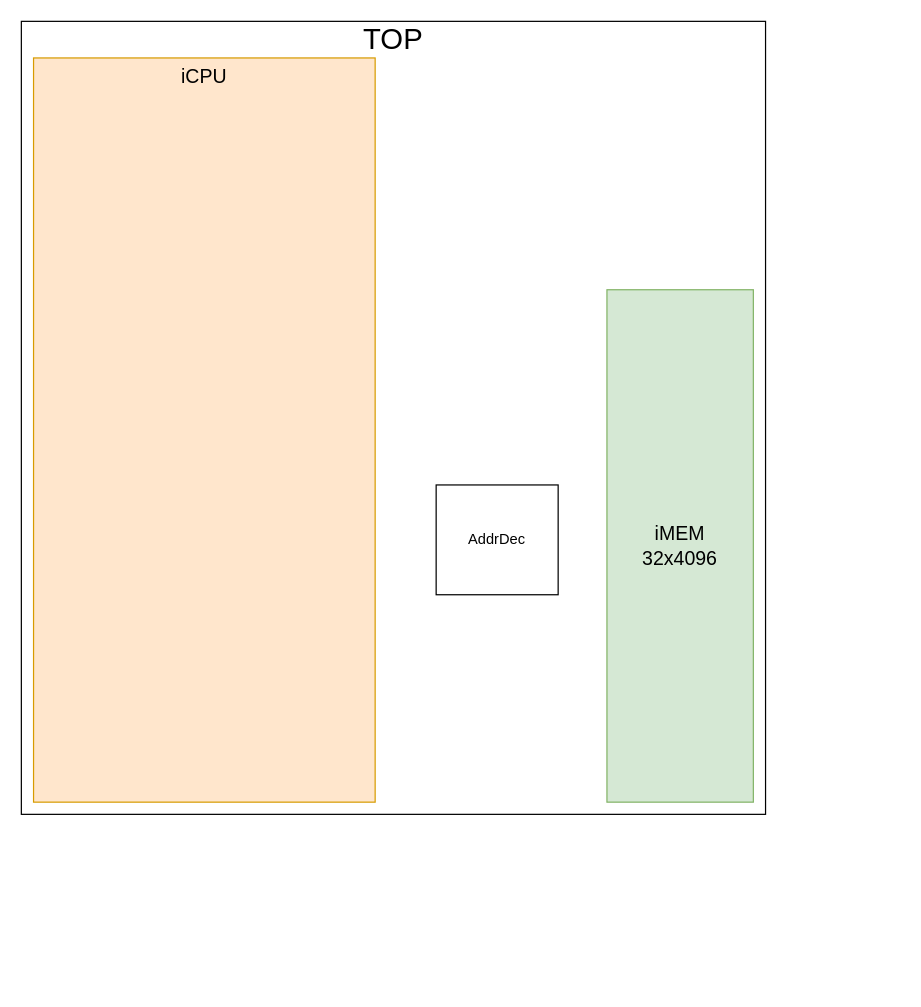
Above: src/diagram.drawio in SungChul-CHA/RISC-V_CPU (draw.io), before the change. Source tidied: cells renumbered, new cells numbered last; positions are measured from the earlier drawing's top-left corner, leaving out a move shared by most shapes. Both pictures are drawn from the tidied source at 122%, with x=0, y=0 at pixel (21, 21).
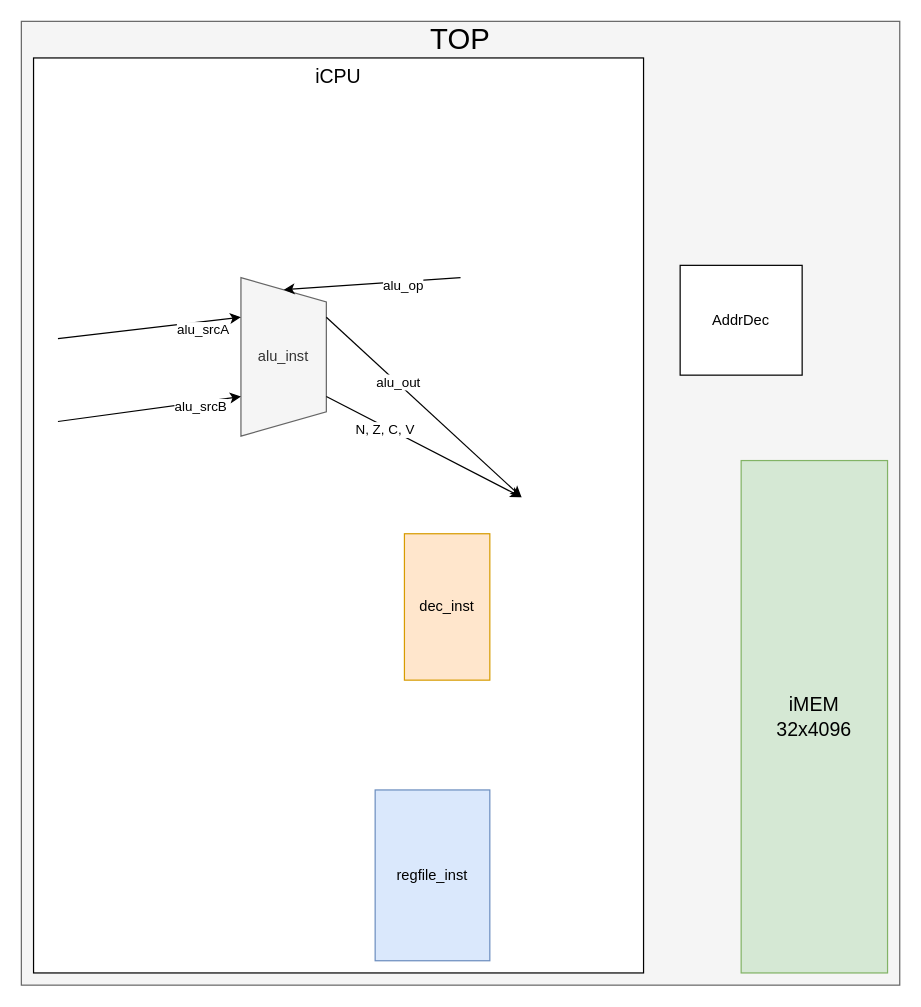
The same page after the edit.

The edit, as a diff of the source:
```diff
@@
-    <mxCell id="2" style="rounded=0;whiteSpace=wrap;html=1;" parent="1" vertex="1">
-      <mxGeometry width="610" height="650" as="geometry" />
+    <mxCell id="2" style="rounded=0;whiteSpace=wrap;html=1;fillColor=#f5f5f5;strokeColor=#666666;fontColor=#333333;" parent="1" vertex="1">
+      <mxGeometry width="720" height="790" as="geometry" />
     </mxCell>
     <mxCell id="3" value="TOP" style="text;html=1;align=center;verticalAlign=middle;whiteSpace=wrap;rounded=0;fontSize=24;" parent="1" vertex="1">
-      <mxGeometry width="610" height="30" as="geometry" />
+      <mxGeometry width="720" height="30" as="geometry" />
     </mxCell>
     <mxCell id="4" value="&lt;span style=&quot;font-size: 16px;&quot;&gt;iMEM&lt;/span&gt;&lt;div&gt;&lt;span style=&quot;font-size: 16px;&quot;&gt;32x4096&lt;/span&gt;&lt;/div&gt;" style="rounded=0;whiteSpace=wrap;html=1;fillColor=#d5e8d4;strokeColor=#82b366;" parent="1" vertex="1">
-      <mxGeometry x="480" y="220" width="120" height="420" as="geometry" />
+      <mxGeometry x="590" y="360" width="120" height="420" as="geometry" />
     </mxCell>
-    <mxCell id="5" style="rounded=0;whiteSpace=wrap;html=1;fillColor=#ffe6cc;strokeColor=#d79b00;" parent="1" vertex="1">
-      <mxGeometry x="10" y="30" width="280" height="610" as="geometry" />
+    <mxCell id="5" style="rounded=0;whiteSpace=wrap;html=1;" parent="1" vertex="1">
+      <mxGeometry x="10" y="30" width="500" height="750" as="geometry" />
     </mxCell>
     <mxCell id="6" value="&lt;font style=&quot;font-size: 16px;&quot;&gt;iCPU&lt;/font&gt;" style="text;html=1;align=center;verticalAlign=middle;whiteSpace=wrap;rounded=0;" parent="1" vertex="1">
-      <mxGeometry x="10" y="30" width="280" height="30" as="geometry" />
+      <mxGeometry x="10" y="30" width="500" height="30" as="geometry" />
     </mxCell>
     <mxCell id="7" value="AddrDec" style="rounded=0;whiteSpace=wrap;html=1;" parent="1" vertex="1">
-      <mxGeometry x="340" y="380" width="100" height="90" as="geometry" />
+      <mxGeometry x="540" y="200" width="100" height="90" as="geometry" />
     </mxCell>
+    <mxCell id="8" value="regfile_inst" style="rounded=0;whiteSpace=wrap;html=1;fillColor=#dae8fc;strokeColor=#6c8ebf;" parent="1" vertex="1">
+      <mxGeometry x="290" y="630" width="94" height="140" as="geometry" />
+    </mxCell>
+    <mxCell id="9" value="alu_inst" style="shape=trapezoid;perimeter=trapezoidPerimeter;whiteSpace=wrap;html=1;fixedSize=1;rotation=90;horizontal=0;fillColor=#f5f5f5;strokeColor=#666666;fontColor=#333333;" parent="1" vertex="1">
+      <mxGeometry x="150" y="240" width="130" height="70" as="geometry" />
+    </mxCell>
+    <mxCell id="10" value="dec_inst" style="rounded=0;whiteSpace=wrap;html=1;fillColor=#ffe6cc;strokeColor=#d79b00;" parent="1" vertex="1">
+      <mxGeometry x="314" y="420" width="70" height="120" as="geometry" />
+    </mxCell>
+    <mxCell id="11" style="endArrow=classic;html=1;rounded=0;entryX=0.25;entryY=1;entryDx=0;entryDy=0;" parent="1" edge="1" target="9">
+      <mxGeometry relative="1" as="geometry">
+        <mxPoint x="30" y="260" as="sourcePoint" />
+      </mxGeometry>
+    </mxCell>
+    <mxCell id="12" value="alu_srcA" style="edgeLabel;html=1;align=center;verticalAlign=middle;" parent="11" vertex="1">
+      <mxGeometry x="0.13" y="-2" relative="1" as="geometry">
+        <mxPoint x="34" as="offset" />
+      </mxGeometry>
+    </mxCell>
+    <mxCell id="13" style="endArrow=classic;html=1;rounded=0;entryX=0.75;entryY=1;entryDx=0;entryDy=0;" parent="1" edge="1" target="9">
+      <mxGeometry relative="1" as="geometry">
+        <mxPoint x="30" y="328" as="sourcePoint" />
+      </mxGeometry>
+    </mxCell>
+    <mxCell id="14" value="alu_srcB" style="edgeLabel;html=1;align=center;verticalAlign=middle;" parent="13" vertex="1">
+      <mxGeometry x="0.38" y="-2" relative="1" as="geometry">
+        <mxPoint x="13" as="offset" />
+      </mxGeometry>
+    </mxCell>
+    <mxCell id="15" style="endArrow=classic;html=1;rounded=0;entryX=0;entryY=0.5;entryDx=0;entryDy=0;exitX=0.7;exitY=0.24;exitDx=0;exitDy=0;exitPerimeter=0;" parent="1" edge="1" source="5" target="9">
+      <mxGeometry relative="1" as="geometry" />
+    </mxCell>
+    <mxCell id="16" value="alu_op" style="edgeLabel;html=1;align=center;verticalAlign=middle;" parent="15" vertex="1">
+      <mxGeometry x="-0.34" y="3" relative="1" as="geometry" />
+    </mxCell>
+    <mxCell id="17" style="endArrow=classic;html=1;rounded=0;exitX=0.25;exitY=0;exitDx=0;exitDy=0;" parent="1" edge="1" source="9">
+      <mxGeometry relative="1" as="geometry">
+        <mxPoint x="410" y="390" as="targetPoint" />
+      </mxGeometry>
+    </mxCell>
+    <mxCell id="18" value="alu_out" style="edgeLabel;html=1;align=center;verticalAlign=middle;" parent="17" vertex="1">
+      <mxGeometry x="-0.27" y="1" relative="1" as="geometry" />
+    </mxCell>
+    <mxCell id="19" style="endArrow=classic;html=1;rounded=0;exitX=0.75;exitY=0;exitDx=0;exitDy=0;" parent="1" edge="1" source="9">
+      <mxGeometry relative="1" as="geometry">
+        <mxPoint x="410" y="390" as="targetPoint" />
+      </mxGeometry>
+    </mxCell>
+    <mxCell id="20" value="N, Z, C, V" style="edgeLabel;html=1;align=center;verticalAlign=middle;" parent="19" vertex="1">
+      <mxGeometry x="-0.4" y="-2" relative="1" as="geometry" />
+    </mxCell>
```
